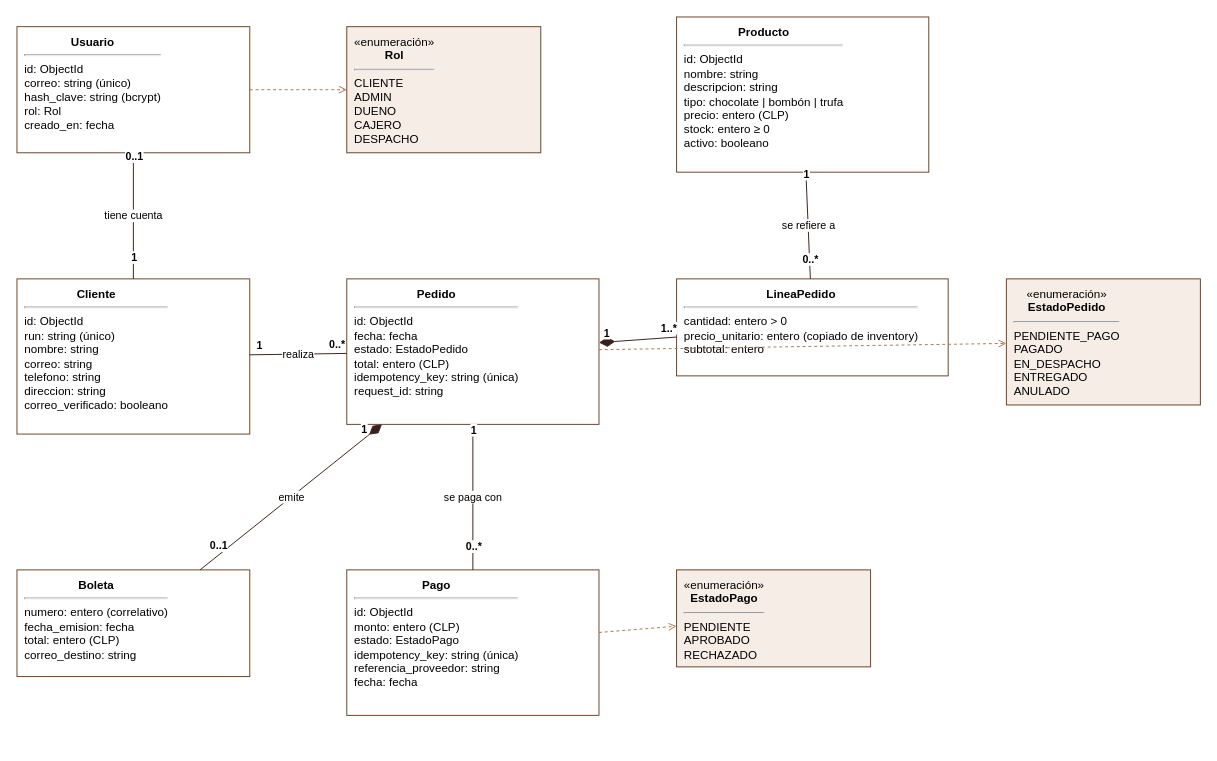
Before: docs/uml-dominio.drawio in florenciapachecopardo-star/desarollo-web-unab, a draw.io diagram. Source tidied: cells renumbered, new cells numbered last; positions are measured from the earlier drawing's top-left corner, leaving out a move shared by most shapes. Both pictures are drawn from the tidied source at 97%, with x=0, y=0 at pixel (16, 16).
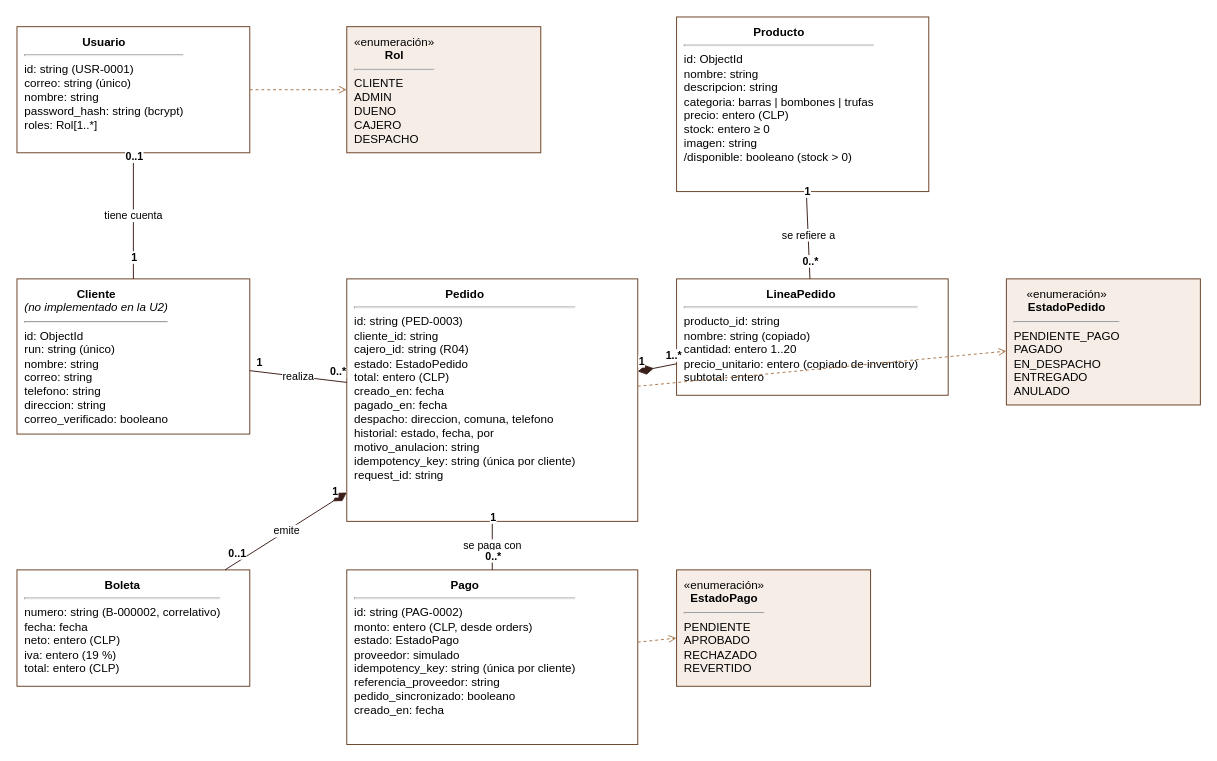
The same page after the edit.

Change to the diagram source:
```diff
@@
-    <mxCell id="2" value="&lt;div style=&quot;text-align:center&quot;&gt;&lt;b&gt;Usuario&lt;/b&gt;&lt;/div&gt;&lt;hr&gt;id: ObjectId&lt;br&gt;correo: string (único)&lt;br&gt;hash_clave: string (bcrypt)&lt;br&gt;rol: Rol&lt;br&gt;creado_en: fecha" style="rounded=0;whiteSpace=wrap;html=1;align=left;verticalAlign=top;spacingLeft=6;spacingTop=2;fillColor=#FFFFFF;strokeColor=#6B4226;" parent="1" vertex="1">
+    <mxCell id="2" value="&lt;div style=&quot;text-align:center&quot;&gt;&lt;b&gt;Usuario&lt;/b&gt;&lt;/div&gt;&lt;hr&gt;id: string (USR-0001)&lt;br&gt;correo: string (único)&lt;br&gt;nombre: string&lt;br&gt;password_hash: string (bcrypt)&lt;br&gt;roles: Rol[1..*]" style="rounded=0;whiteSpace=wrap;html=1;align=left;verticalAlign=top;spacingLeft=6;spacingTop=2;fillColor=#FFFFFF;strokeColor=#6B4226;" parent="1" vertex="1">
       <mxGeometry y="10" width="240" height="130" as="geometry" />
     </mxCell>
@@
-    <mxCell id="4" value="&lt;div style=&quot;text-align:center&quot;&gt;&lt;b&gt;Producto&lt;/b&gt;&lt;/div&gt;&lt;hr&gt;id: ObjectId&lt;br&gt;nombre: string&lt;br&gt;descripcion: string&lt;br&gt;tipo: chocolate | bombón | trufa&lt;br&gt;precio: entero (CLP)&lt;br&gt;stock: entero &amp;ge; 0&lt;br&gt;activo: booleano" style="rounded=0;whiteSpace=wrap;html=1;align=left;verticalAlign=top;spacingLeft=6;spacingTop=2;fillColor=#FFFFFF;strokeColor=#6B4226;" parent="1" vertex="1">
-      <mxGeometry x="680" width="260" height="160" as="geometry" />
+    <mxCell id="4" value="&lt;div style=&quot;text-align:center&quot;&gt;&lt;b&gt;Producto&lt;/b&gt;&lt;/div&gt;&lt;hr&gt;id: ObjectId&lt;br&gt;nombre: string&lt;br&gt;descripcion: string&lt;br&gt;categoria: barras | bombones | trufas&lt;br&gt;precio: entero (CLP)&lt;br&gt;stock: entero &amp;ge; 0&lt;br&gt;imagen: string&lt;br&gt;/disponible: booleano (stock &amp;gt; 0)" style="rounded=0;whiteSpace=wrap;html=1;align=left;verticalAlign=top;spacingLeft=6;spacingTop=2;fillColor=#FFFFFF;strokeColor=#6B4226;" parent="1" vertex="1">
+      <mxGeometry x="680" width="260" height="180" as="geometry" />
     </mxCell>
-    <mxCell id="5" value="&lt;div style=&quot;text-align:center&quot;&gt;&lt;b&gt;Cliente&lt;/b&gt;&lt;/div&gt;&lt;hr&gt;id: ObjectId&lt;br&gt;run: string (único)&lt;br&gt;nombre: string&lt;br&gt;correo: string&lt;br&gt;telefono: string&lt;br&gt;direccion: string&lt;br&gt;correo_verificado: booleano" style="rounded=0;whiteSpace=wrap;html=1;align=left;verticalAlign=top;spacingLeft=6;spacingTop=2;fillColor=#FFFFFF;strokeColor=#6B4226;" parent="1" vertex="1">
+    <mxCell id="5" value="&lt;div style=&quot;text-align:center&quot;&gt;&lt;b&gt;Cliente&lt;/b&gt;&lt;br&gt;&lt;i&gt;(no implementado en la U2)&lt;/i&gt;&lt;/div&gt;&lt;hr&gt;id: ObjectId&lt;br&gt;run: string (único)&lt;br&gt;nombre: string&lt;br&gt;correo: string&lt;br&gt;telefono: string&lt;br&gt;direccion: string&lt;br&gt;correo_verificado: booleano" style="rounded=0;whiteSpace=wrap;html=1;align=left;verticalAlign=top;spacingLeft=6;spacingTop=2;fillColor=#FFFFFF;strokeColor=#6B4226;" parent="1" vertex="1">
       <mxGeometry y="270" width="240" height="160" as="geometry" />
     </mxCell>
-    <mxCell id="6" value="&lt;div style=&quot;text-align:center&quot;&gt;&lt;b&gt;Pedido&lt;/b&gt;&lt;/div&gt;&lt;hr&gt;id: ObjectId&lt;br&gt;fecha: fecha&lt;br&gt;estado: EstadoPedido&lt;br&gt;total: entero (CLP)&lt;br&gt;idempotency_key: string (única)&lt;br&gt;request_id: string" style="rounded=0;whiteSpace=wrap;html=1;align=left;verticalAlign=top;spacingLeft=6;spacingTop=2;fillColor=#FFFFFF;strokeColor=#6B4226;" parent="1" vertex="1">
-      <mxGeometry x="340" y="270" width="260" height="150" as="geometry" />
+    <mxCell id="6" value="&lt;div style=&quot;text-align:center&quot;&gt;&lt;b&gt;Pedido&lt;/b&gt;&lt;/div&gt;&lt;hr&gt;id: string (PED-0003)&lt;br&gt;cliente_id: string&lt;br&gt;cajero_id: string (R04)&lt;br&gt;estado: EstadoPedido&lt;br&gt;total: entero (CLP)&lt;br&gt;creado_en: fecha&lt;br&gt;pagado_en: fecha&lt;br&gt;despacho: direccion, comuna, telefono&lt;br&gt;historial: estado, fecha, por&lt;br&gt;motivo_anulacion: string&lt;br&gt;idempotency_key: string (única por cliente)&lt;br&gt;request_id: string" style="rounded=0;whiteSpace=wrap;html=1;align=left;verticalAlign=top;spacingLeft=6;spacingTop=2;fillColor=#FFFFFF;strokeColor=#6B4226;" parent="1" vertex="1">
+      <mxGeometry x="340" y="270" width="300" height="250" as="geometry" />
     </mxCell>
-    <mxCell id="7" value="&lt;div style=&quot;text-align:center&quot;&gt;&lt;b&gt;LineaPedido&lt;/b&gt;&lt;/div&gt;&lt;hr&gt;cantidad: entero &amp;gt; 0&lt;br&gt;precio_unitario: entero (copiado de inventory)&lt;br&gt;subtotal: entero" style="rounded=0;whiteSpace=wrap;html=1;align=left;verticalAlign=top;spacingLeft=6;spacingTop=2;fillColor=#FFFFFF;strokeColor=#6B4226;" parent="1" vertex="1">
-      <mxGeometry x="680" y="270" width="280" height="100" as="geometry" />
+    <mxCell id="7" value="&lt;div style=&quot;text-align:center&quot;&gt;&lt;b&gt;LineaPedido&lt;/b&gt;&lt;/div&gt;&lt;hr&gt;producto_id: string&lt;br&gt;nombre: string (copiado)&lt;br&gt;cantidad: entero 1..20&lt;br&gt;precio_unitario: entero (copiado de inventory)&lt;br&gt;subtotal: entero" style="rounded=0;whiteSpace=wrap;html=1;align=left;verticalAlign=top;spacingLeft=6;spacingTop=2;fillColor=#FFFFFF;strokeColor=#6B4226;" parent="1" vertex="1">
+      <mxGeometry x="680" y="270" width="280" height="120" as="geometry" />
     </mxCell>
@@
-    <mxCell id="9" value="&lt;div style=&quot;text-align:center&quot;&gt;&lt;b&gt;Boleta&lt;/b&gt;&lt;/div&gt;&lt;hr&gt;numero: entero (correlativo)&lt;br&gt;fecha_emision: fecha&lt;br&gt;total: entero (CLP)&lt;br&gt;correo_destino: string" style="rounded=0;whiteSpace=wrap;html=1;align=left;verticalAlign=top;spacingLeft=6;spacingTop=2;fillColor=#FFFFFF;strokeColor=#6B4226;" parent="1" vertex="1">
-      <mxGeometry y="570" width="240" height="110" as="geometry" />
+    <mxCell id="9" value="&lt;div style=&quot;text-align:center&quot;&gt;&lt;b&gt;Boleta&lt;/b&gt;&lt;/div&gt;&lt;hr&gt;numero: string (B-000002, correlativo)&lt;br&gt;fecha: fecha&lt;br&gt;neto: entero (CLP)&lt;br&gt;iva: entero (19 %)&lt;br&gt;total: entero (CLP)" style="rounded=0;whiteSpace=wrap;html=1;align=left;verticalAlign=top;spacingLeft=6;spacingTop=2;fillColor=#FFFFFF;strokeColor=#6B4226;" parent="1" vertex="1">
+      <mxGeometry y="570" width="240" height="120" as="geometry" />
     </mxCell>
-    <mxCell id="10" value="&lt;div style=&quot;text-align:center&quot;&gt;&lt;b&gt;Pago&lt;/b&gt;&lt;/div&gt;&lt;hr&gt;id: ObjectId&lt;br&gt;monto: entero (CLP)&lt;br&gt;estado: EstadoPago&lt;br&gt;idempotency_key: string (única)&lt;br&gt;referencia_proveedor: string&lt;br&gt;fecha: fecha" style="rounded=0;whiteSpace=wrap;html=1;align=left;verticalAlign=top;spacingLeft=6;spacingTop=2;fillColor=#FFFFFF;strokeColor=#6B4226;" parent="1" vertex="1">
-      <mxGeometry x="340" y="570" width="260" height="150" as="geometry" />
+    <mxCell id="10" value="&lt;div style=&quot;text-align:center&quot;&gt;&lt;b&gt;Pago&lt;/b&gt;&lt;/div&gt;&lt;hr&gt;id: string (PAG-0002)&lt;br&gt;monto: entero (CLP, desde orders)&lt;br&gt;estado: EstadoPago&lt;br&gt;proveedor: simulado&lt;br&gt;idempotency_key: string (única por cliente)&lt;br&gt;referencia_proveedor: string&lt;br&gt;pedido_sincronizado: booleano&lt;br&gt;creado_en: fecha" style="rounded=0;whiteSpace=wrap;html=1;align=left;verticalAlign=top;spacingLeft=6;spacingTop=2;fillColor=#FFFFFF;strokeColor=#6B4226;" parent="1" vertex="1">
+      <mxGeometry x="340" y="570" width="300" height="180" as="geometry" />
     </mxCell>
-    <mxCell id="11" value="&lt;div style=&quot;text-align:center&quot;&gt;&amp;laquo;enumeración&amp;raquo;&lt;br&gt;&lt;b&gt;EstadoPago&lt;/b&gt;&lt;/div&gt;&lt;hr&gt;PENDIENTE&lt;br&gt;APROBADO&lt;br&gt;RECHAZADO" style="rounded=0;whiteSpace=wrap;html=1;align=left;verticalAlign=top;spacingLeft=6;spacingTop=2;fillColor=#F5EDE6;strokeColor=#6B4226;" parent="1" vertex="1">
-      <mxGeometry x="680" y="570" width="200" height="100" as="geometry" />
+    <mxCell id="11" value="&lt;div style=&quot;text-align:center&quot;&gt;&amp;laquo;enumeración&amp;raquo;&lt;br&gt;&lt;b&gt;EstadoPago&lt;/b&gt;&lt;/div&gt;&lt;hr&gt;PENDIENTE&lt;br&gt;APROBADO&lt;br&gt;RECHAZADO&lt;br&gt;REVERTIDO" style="rounded=0;whiteSpace=wrap;html=1;align=left;verticalAlign=top;spacingLeft=6;spacingTop=2;fillColor=#F5EDE6;strokeColor=#6B4226;" parent="1" vertex="1">
+      <mxGeometry x="680" y="570" width="200" height="120" as="geometry" />
     </mxCell>
```
